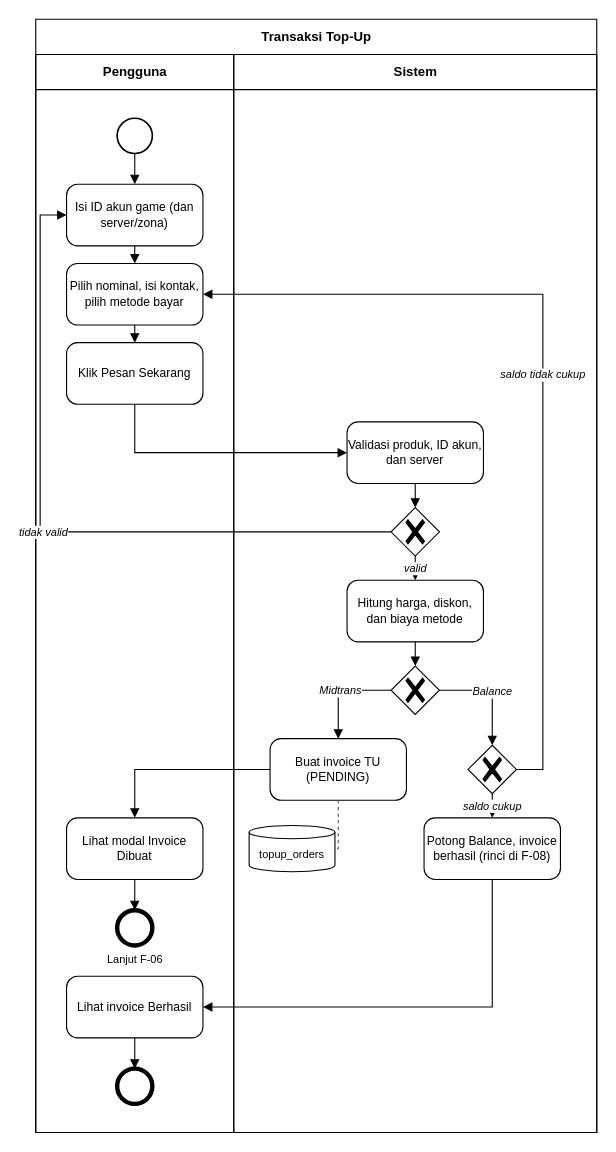
Earlier version of the draw.io diagram page "F-04 FBPMNTransaksiTopUp" (7 of 14) of docs/skpl/bpmn/BPMN valostock.drawio (balaqiang/valostock). Source tidied: cells renumbered, new cells numbered last; positions are measured from the earlier drawing's top-left corner, leaving out a move shared by most shapes. Both pictures are drawn from the tidied source at 110%, with x=0, y=0 at pixel (35, 19).
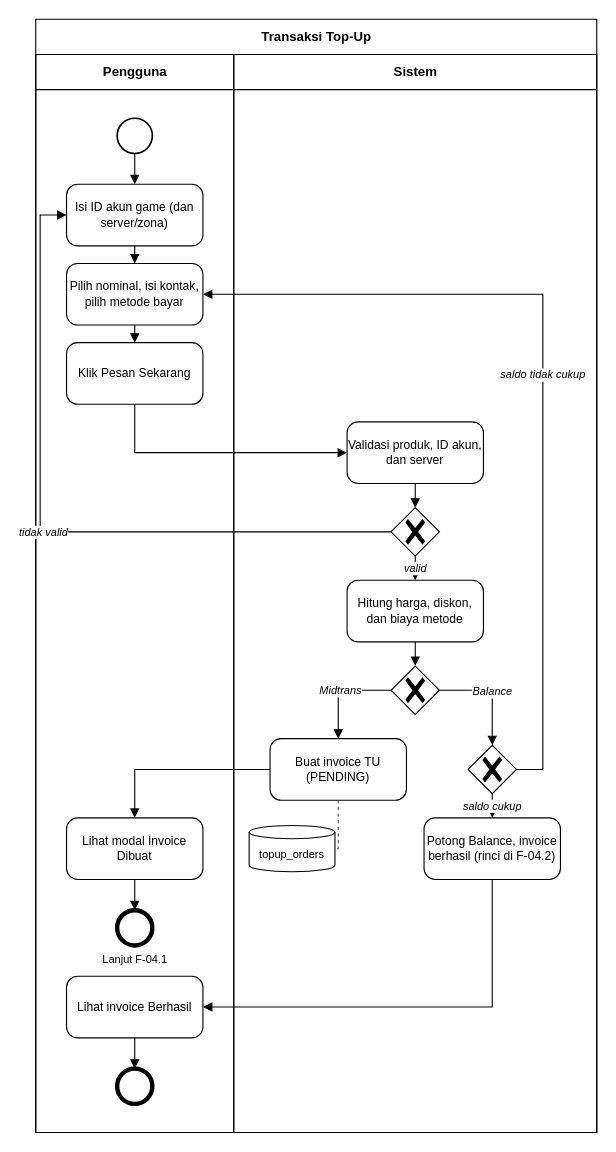
The same page after the edit.

What changed in the source:
```diff
@@
-    <mxCell id="16" value="Potong Balance, invoice berhasil (rinci di F-08)" style="rounded=1;whiteSpace=wrap;html=1;arcSize=18;fontSize=11;" parent="1" vertex="1">
+    <mxCell id="16" value="Potong Balance, invoice berhasil (rinci di F-04.2)" style="rounded=1;whiteSpace=wrap;html=1;arcSize=18;fontSize=11;" parent="1" vertex="1">
       <mxGeometry x="353" y="726" width="124" height="56" as="geometry" />
     </mxCell>
@@
-    <mxCell id="18" value="Lanjut F-06" style="ellipse;html=1;strokeWidth=4;verticalLabelPosition=bottom;verticalAlign=top;fontSize=10;" parent="1" vertex="1">
+    <mxCell id="18" value="Lanjut F-04.1" style="ellipse;html=1;strokeWidth=4;verticalLabelPosition=bottom;verticalAlign=top;fontSize=10;" parent="1" vertex="1">
       <mxGeometry x="74" y="810" width="32" height="32" as="geometry" />
     </mxCell>
```
